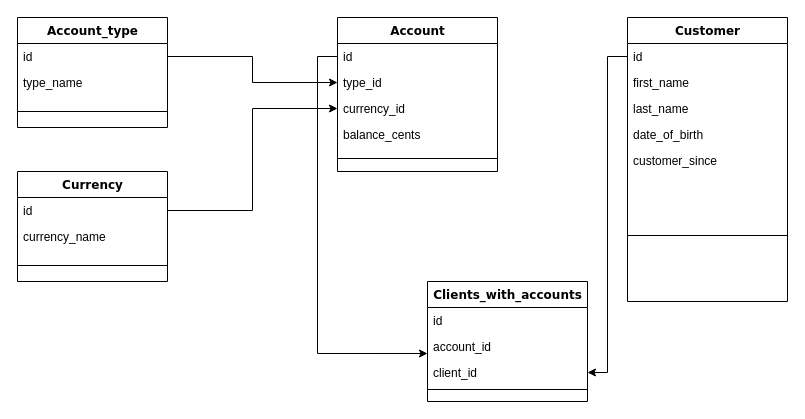
Before: utility/dbERD.drawio in vvalentinv/revature-prj0, a draw.io diagram. Source tidied: cells renumbered, new cells numbered last; positions are measured from the earlier drawing's top-left corner, leaving out a move shared by most shapes. Both pictures are drawn from the tidied source at 100%, with x=0, y=0 at pixel (17, 17).
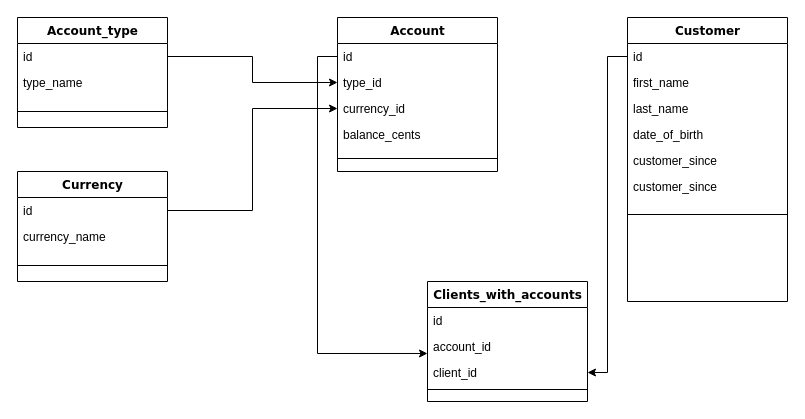
Above is the later version.

Commit message (it also covers changes not shown here):
add add_customer to controller, service and dao layer, add invalidParameterExceptionError and check DOB helper function

Unchanged cells that the change refers to:
```xml
<mxCell id="8" value="Customer" style="swimlane;html=1;fontStyle=1;align=center;verticalAlign=top;horizontal=1;startSize=26;swimlaneFillColor=#ffffff;rounded=0;shadow=0;comic=0;labelBackgroundColor=none;strokeWidth=1;fillColor=none;fontFamily=Verdana;fontSize=12;" parent="1" vertex="1">
  <mxGeometry x="610" width="160" height="284" as="geometry" />
</mxCell>
```

Diff of the diagram source:
```diff
@@
+    <mxCell id="32" value="customer_since" style="text;html=1;strokeColor=none;fillColor=none;align=left;verticalAlign=top;spacingLeft=4;spacingRight=4;whiteSpace=wrap;overflow=hidden;" parent="8" vertex="1">
+      <mxGeometry y="156" width="160" height="26" as="geometry" />
+    </mxCell>
     <mxCell id="14" style="line;html=1;strokeWidth=1;fillColor=none;align=left;verticalAlign=middle;spacingTop=-1;spacingLeft=3;spacingRight=3;labelPosition=right;" parent="8" vertex="1">
-      <mxGeometry y="156" width="160" height="124" as="geometry" />
+      <mxGeometry y="182" width="160" height="30" as="geometry" />
     </mxCell>
```
